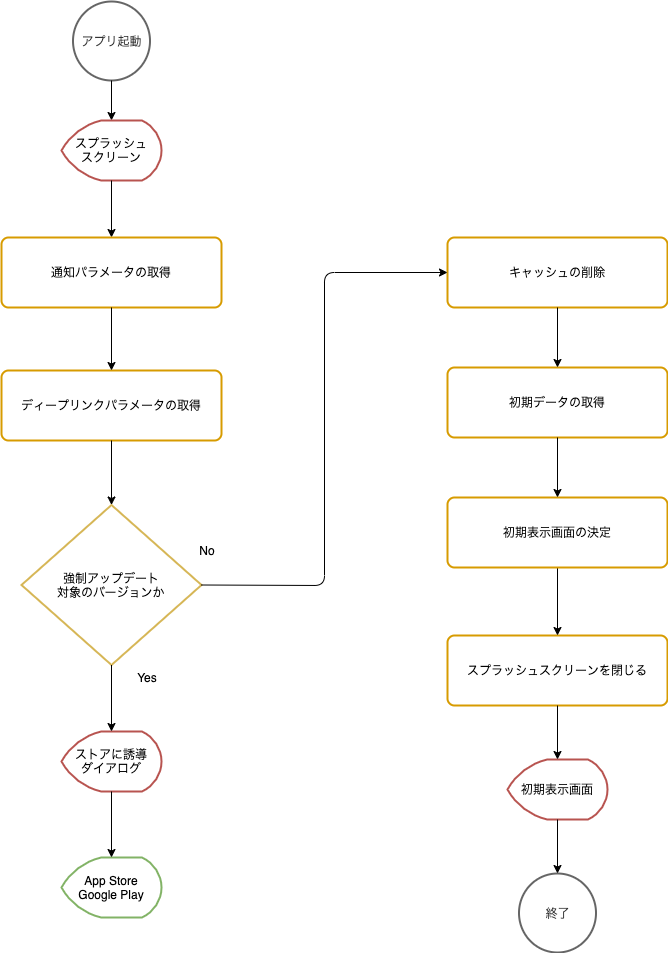
Before: website/docs/react-native/santoku/application-architecture/life-cycle-management/initialization-flow.drawio.png, a diagram exported from draw.io (ws-4020/mobile-app-crib-notes). Source tidied: cells renumbered, new cells last; positions are measured from the earlier drawing's top-left corner, leaving out a move shared by most shapes.
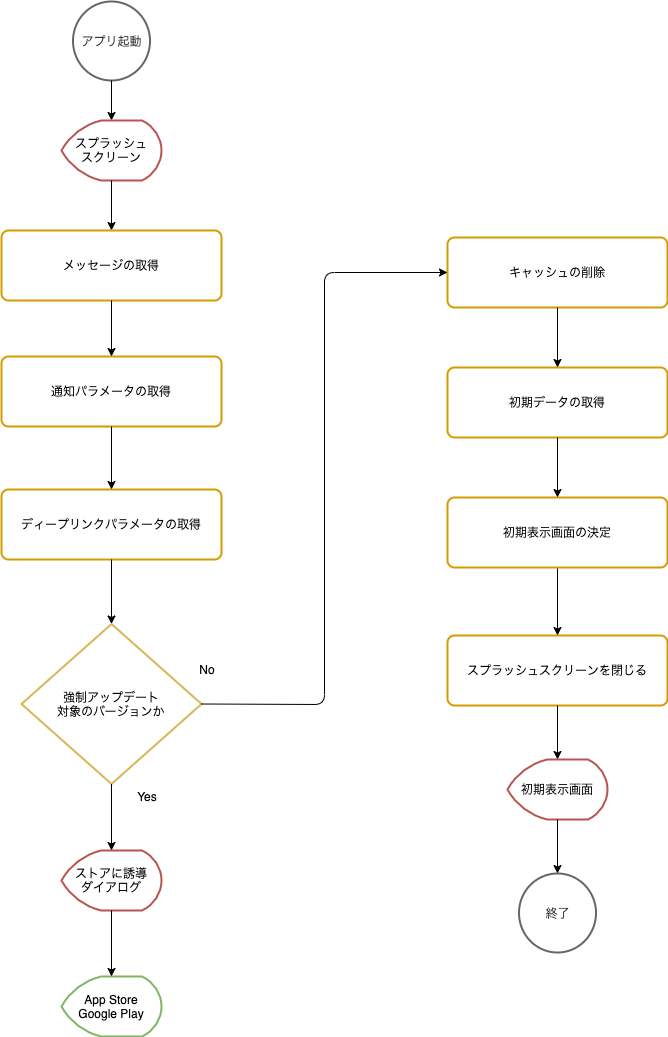
Above is the later version.

Commit message:
アプリ起動後の初期化処理にメッセージの取得を追加

Change to the diagram source:
```diff
@@ -3,7 +3,7 @@
     <mxCell id="0" />
     <mxCell id="1" parent="0" />
     <mxCell id="2" value="強制アップデート&lt;br&gt;対象のバージョンか" style="strokeWidth=2;html=1;shape=mxgraph.flowchart.decision;whiteSpace=wrap;verticalAlign=middle;strokeColor=#d6b656;" parent="1" vertex="1">
-      <mxGeometry x="20" y="503.5" width="180" height="160" as="geometry" />
+      <mxGeometry x="20" y="622.5" width="180" height="160" as="geometry" />
     </mxCell>
     <mxCell id="3" value="アプリ起動" style="strokeWidth=2;html=1;shape=mxgraph.flowchart.start_2;whiteSpace=wrap;verticalAlign=middle;strokeColor=#666666;fontColor=#333333;" parent="1" vertex="1">
       <mxGeometry x="71.5" width="77" height="79" as="geometry" />
@@ -12,28 +12,28 @@
       <mxGeometry x="-604" y="21" as="geometry" />
     </mxCell>
     <mxCell id="5" value="App Store&lt;br&gt;Google Play" style="strokeWidth=2;html=1;shape=mxgraph.flowchart.display;whiteSpace=wrap;verticalAlign=middle;strokeColor=#82b366;" parent="1" vertex="1">
-      <mxGeometry x="60" y="856" width="100" height="60" as="geometry" />
+      <mxGeometry x="60" y="975" width="100" height="60" as="geometry" />
     </mxCell>
     <mxCell id="6" value="Yes" style="text;html=1;strokeColor=none;fillColor=none;align=center;verticalAlign=middle;whiteSpace=wrap;rounded=0;" parent="1" vertex="1">
-      <mxGeometry x="126" y="666" width="40" height="20" as="geometry" />
+      <mxGeometry x="126" y="785" width="40" height="20" as="geometry" />
     </mxCell>
     <mxCell id="7" value="No" style="text;html=1;strokeColor=none;fillColor=none;align=center;verticalAlign=middle;whiteSpace=wrap;rounded=0;" parent="1" vertex="1">
-      <mxGeometry x="186" y="539" width="40" height="20" as="geometry" />
+      <mxGeometry x="186" y="658" width="40" height="20" as="geometry" />
     </mxCell>
     <mxCell id="8" value="スプラッシュ&lt;br&gt;スクリーン" style="strokeWidth=2;html=1;shape=mxgraph.flowchart.display;whiteSpace=wrap;verticalAlign=middle;strokeColor=#b85450;" parent="1" vertex="1">
       <mxGeometry x="60" y="119" width="100" height="60" as="geometry" />
     </mxCell>
-    <mxCell id="9" style="endArrow=classic;html=1;entryX=0.5;entryY=0;entryDx=0;entryDy=0;" parent="1" edge="1" source="8" target="23">
+    <mxCell id="9" style="endArrow=classic;html=1;entryX=0.5;entryY=0;entryDx=0;entryDy=0;" parent="1" edge="1" source="8" target="29">
       <mxGeometry x="-604" y="21" as="geometry" />
     </mxCell>
     <mxCell id="10" value="ストアに誘導&lt;br&gt;ダイアログ" style="strokeWidth=2;html=1;shape=mxgraph.flowchart.display;whiteSpace=wrap;verticalAlign=middle;strokeColor=#b85450;" parent="1" vertex="1">
-      <mxGeometry x="60" y="730" width="100" height="60" as="geometry" />
+      <mxGeometry x="60" y="849" width="100" height="60" as="geometry" />
     </mxCell>
     <mxCell id="11" style="endArrow=classic;html=1;" parent="1" edge="1" source="10" target="5">
-      <mxGeometry x="-806" y="482" as="geometry" />
+      <mxGeometry x="-806" y="601" as="geometry" />
     </mxCell>
     <mxCell id="12" style="endArrow=classic;html=1;" parent="1" edge="1" source="2" target="10">
-      <mxGeometry x="-604" y="305.5" as="geometry" />
+      <mxGeometry x="-604" y="424.5" as="geometry" />
     </mxCell>
     <mxCell id="13" value="初期データの取得" style="rounded=1;whiteSpace=wrap;html=1;absoluteArcSize=1;arcSize=14;strokeWidth=2;verticalAlign=middle;strokeColor=#d79b00;" parent="1" vertex="1">
       <mxGeometry x="446" y="366" width="220" height="70" as="geometry" />
@@ -66,16 +66,16 @@
       <mxGeometry x="446" y="236" width="220" height="70" as="geometry" />
     </mxCell>
     <mxCell id="23" value="通知パラメータの取得" style="rounded=1;whiteSpace=wrap;html=1;absoluteArcSize=1;arcSize=14;strokeWidth=2;verticalAlign=middle;strokeColor=#d79b00;" parent="1" vertex="1">
-      <mxGeometry y="236" width="220" height="70" as="geometry" />
+      <mxGeometry y="355" width="220" height="70" as="geometry" />
     </mxCell>
     <mxCell id="24" value="ディープリンクパラメータの取得" style="rounded=1;whiteSpace=wrap;html=1;absoluteArcSize=1;arcSize=14;strokeWidth=2;verticalAlign=middle;strokeColor=#d79b00;" parent="1" vertex="1">
-      <mxGeometry y="369" width="220" height="70" as="geometry" />
+      <mxGeometry y="488" width="220" height="70" as="geometry" />
     </mxCell>
     <mxCell id="25" style="endArrow=classic;html=1;entryX=0.5;entryY=0;entryDx=0;entryDy=0;exitX=0.5;exitY=1;exitDx=0;exitDy=0;" parent="1" edge="1" source="23" target="24">
-      <mxGeometry x="-594" y="31" as="geometry" />
+      <mxGeometry x="-594" y="150" as="geometry" />
     </mxCell>
     <mxCell id="26" style="endArrow=classic;html=1;entryX=0.5;entryY=0;entryDx=0;entryDy=0;exitX=0.5;exitY=1;exitDx=0;exitDy=0;entryPerimeter=0;" parent="1" edge="1" source="24" target="2">
-      <mxGeometry x="-584" y="41" as="geometry" />
+      <mxGeometry x="-584" y="160" as="geometry" />
     </mxCell>
     <mxCell id="27" style="endArrow=classic;html=1;entryX=0.5;entryY=0;entryDx=0;entryDy=0;exitX=0.5;exitY=1;exitDx=0;exitDy=0;" parent="1" edge="1" source="22" target="13">
       <mxGeometry x="-148" y="-172" as="geometry" />
@@ -83,10 +83,16 @@
     <mxCell id="28" style="endArrow=classic;html=1;entryX=0;entryY=0.5;entryDx=0;entryDy=0;exitX=1;exitY=0.5;exitDx=0;exitDy=0;exitPerimeter=0;" parent="1" edge="1" source="2" target="22">
       <mxGeometry x="-594" y="315.5" as="geometry">
         <Array as="points">
-          <mxPoint x="323" y="584" />
+          <mxPoint x="323" y="703" />
           <mxPoint x="323" y="271" />
         </Array>
       </mxGeometry>
     </mxCell>
+    <mxCell id="29" value="メッセージの取得" style="rounded=1;whiteSpace=wrap;html=1;absoluteArcSize=1;arcSize=14;strokeWidth=2;verticalAlign=middle;strokeColor=#d79b00;" parent="1" vertex="1">
+      <mxGeometry y="229" width="220" height="70" as="geometry" />
+    </mxCell>
+    <mxCell id="30" style="endArrow=classic;html=1;exitX=0.5;exitY=1;exitDx=0;exitDy=0;" parent="1" edge="1" source="29" target="23">
+      <mxGeometry x="-594" y="31" as="geometry" />
+    </mxCell>
   </root>
 </mxGraphModel>
```
